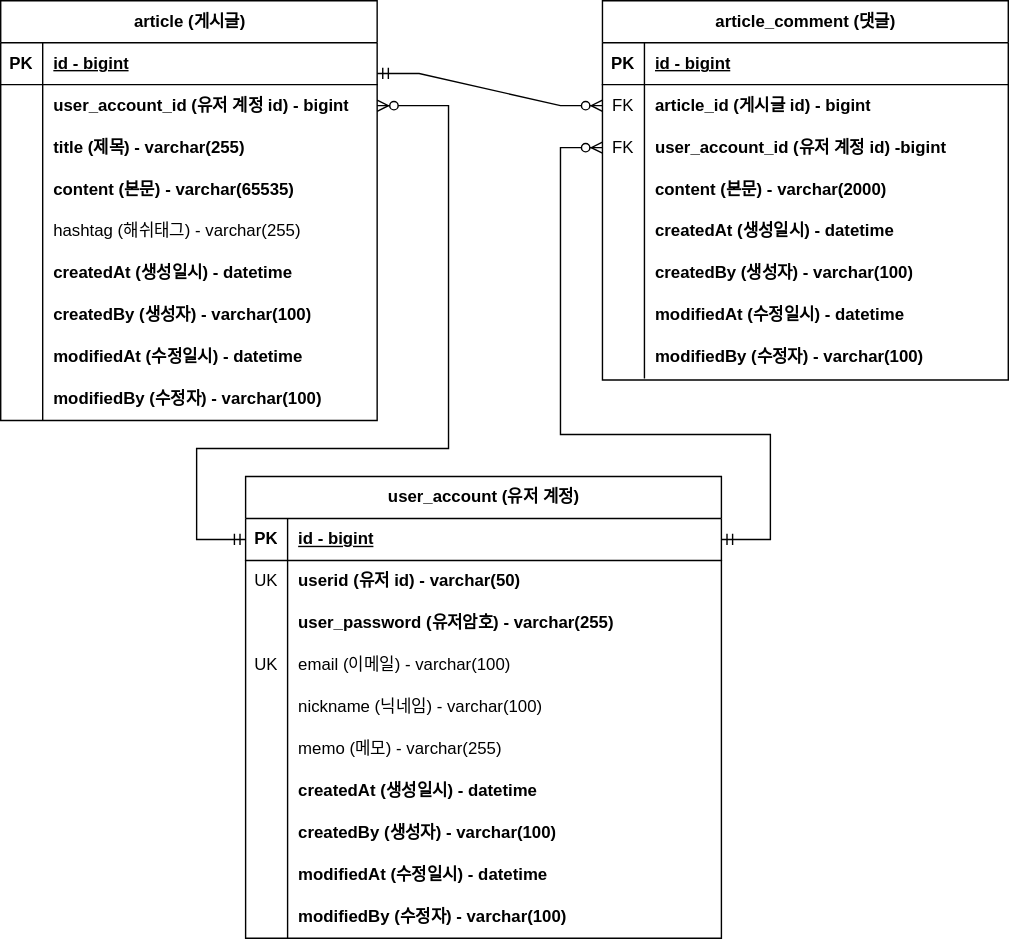
Above: document/project-board-erd.svg in ChangGyu-Ryu/fastcampus-project-board (draw.io), before the change. Source tidied: cells renumbered, new cells last; positions are measured from the earlier drawing's top-left corner, leaving out a move shared by most shapes.
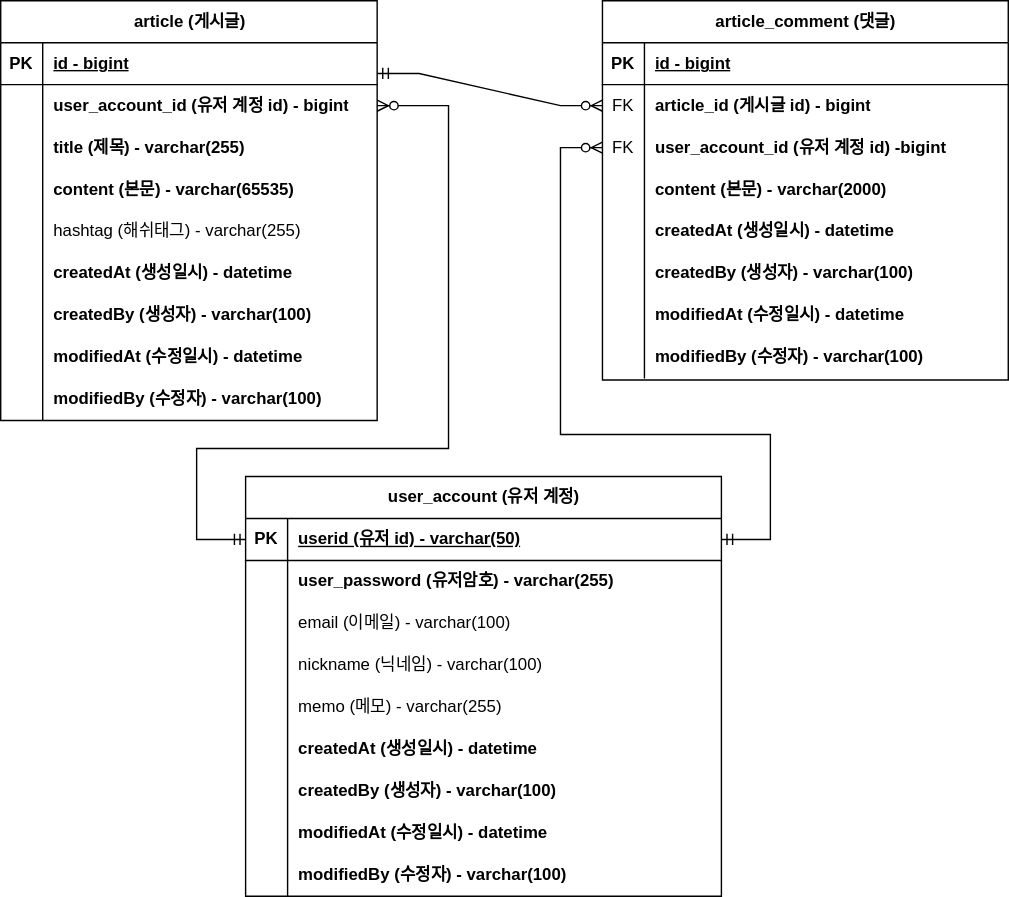
The same diagram one commit later.

Commit message:
#38 - ERD 문서 수정: 회원 계정 user_id 를 PK 로 변경

Diff of the diagram source:
```diff
@@ -170,7 +170,7 @@
       </mxGeometry>
     </mxCell>
     <mxCell id="56" value="user_account (유저 계정)" style="shape=table;startSize=30;rowLines=0;fontStyle=1;align=center;html=1;" parent="1" vertex="1">
-      <mxGeometry x="175" y="340" width="340" height="330" as="geometry" />
+      <mxGeometry x="175" y="340" width="340" height="300" as="geometry" />
     </mxCell>
     <mxCell id="57" style="shape=tableRow;horizontal=0;startSize=0;swimlaneHead=0;swimlaneBody=0;fillColor=none;points=[[0,0.5],[1,0.5]];portConstraint=eastwest;top=0;left=0;right=0;bottom=1;" parent="56" vertex="1">
       <mxGeometry y="30" width="340" height="30" as="geometry" />
@@ -178,20 +178,11 @@
     <mxCell id="58" value="PK" style="shape=partialRectangle;fillColor=none;top=0;left=0;bottom=0;right=0;fontStyle=1;overflow=hidden;whiteSpace=wrap;html=1;" parent="57" vertex="1">
       <mxGeometry width="30" height="30" as="geometry" />
     </mxCell>
-    <mxCell id="59" value="id - bigint" style="shape=partialRectangle;fillColor=none;top=0;left=0;bottom=0;right=0;align=left;spacingLeft=6;fontStyle=5;overflow=hidden;whiteSpace=wrap;html=1;" parent="57" vertex="1">
+    <mxCell id="59" value="userid (유저 id) - varchar(50)" style="shape=partialRectangle;fillColor=none;top=0;left=0;bottom=0;right=0;align=left;spacingLeft=6;fontStyle=5;overflow=hidden;whiteSpace=wrap;html=1;" parent="57" vertex="1">
       <mxGeometry x="30" width="310" height="30" as="geometry" />
     </mxCell>
-    <mxCell id="60" style="shape=tableRow;horizontal=0;startSize=0;swimlaneHead=0;swimlaneBody=0;fillColor=none;top=0;left=0;right=0;bottom=0;" parent="56" vertex="1">
-      <mxGeometry y="60" width="340" height="30" as="geometry" />
-    </mxCell>
-    <mxCell id="61" value="UK" style="shape=partialRectangle;fillColor=none;top=0;left=0;bottom=0;right=0;overflow=hidden;whiteSpace=wrap;html=1;" parent="60" vertex="1">
-      <mxGeometry width="30" height="30" as="geometry" />
-    </mxCell>
-    <mxCell id="62" value="userid (유저 id) - varchar(50)" style="shape=partialRectangle;fillColor=none;top=0;left=0;bottom=0;right=0;align=left;spacingLeft=6;overflow=hidden;whiteSpace=wrap;html=1;fontStyle=1;" parent="60" vertex="1">
-      <mxGeometry x="30" width="310" height="30" as="geometry" />
-    </mxCell>
     <mxCell id="63" style="shape=tableRow;horizontal=0;startSize=0;swimlaneHead=0;swimlaneBody=0;fillColor=none;top=0;left=0;right=0;bottom=0;" parent="56" vertex="1">
-      <mxGeometry y="90" width="340" height="30" as="geometry" />
+      <mxGeometry y="60" width="340" height="30" as="geometry" />
     </mxCell>
     <mxCell id="64" style="shape=partialRectangle;fillColor=none;top=0;left=0;bottom=0;right=0;overflow=hidden;whiteSpace=wrap;html=1;" parent="63" vertex="1">
       <mxGeometry width="30" height="30" as="geometry" />
@@ -200,16 +191,16 @@
       <mxGeometry x="30" width="310" height="30" as="geometry" />
     </mxCell>
     <mxCell id="66" style="shape=tableRow;horizontal=0;startSize=0;swimlaneHead=0;swimlaneBody=0;fillColor=none;top=0;left=0;right=0;bottom=0;" parent="56" vertex="1">
-      <mxGeometry y="120" width="340" height="30" as="geometry" />
+      <mxGeometry y="90" width="340" height="30" as="geometry" />
     </mxCell>
-    <mxCell id="67" value="UK" style="shape=partialRectangle;fillColor=none;top=0;left=0;bottom=0;right=0;overflow=hidden;whiteSpace=wrap;html=1;" parent="66" vertex="1">
+    <mxCell id="67" style="shape=partialRectangle;fillColor=none;top=0;left=0;bottom=0;right=0;overflow=hidden;whiteSpace=wrap;html=1;" parent="66" vertex="1">
       <mxGeometry width="30" height="30" as="geometry" />
     </mxCell>
     <mxCell id="68" value="email (이메일) - varchar(100)" style="shape=partialRectangle;fillColor=none;top=0;left=0;bottom=0;right=0;align=left;spacingLeft=6;overflow=hidden;whiteSpace=wrap;html=1;" parent="66" vertex="1">
       <mxGeometry x="30" width="310" height="30" as="geometry" />
     </mxCell>
     <mxCell id="69" style="shape=tableRow;horizontal=0;startSize=0;swimlaneHead=0;swimlaneBody=0;fillColor=none;top=0;left=0;right=0;bottom=0;" parent="56" vertex="1">
-      <mxGeometry y="150" width="340" height="30" as="geometry" />
+      <mxGeometry y="120" width="340" height="30" as="geometry" />
     </mxCell>
     <mxCell id="70" style="shape=partialRectangle;fillColor=none;top=0;left=0;bottom=0;right=0;overflow=hidden;whiteSpace=wrap;html=1;" parent="69" vertex="1">
       <mxGeometry width="30" height="30" as="geometry" />
@@ -218,7 +209,7 @@
       <mxGeometry x="30" width="310" height="30" as="geometry" />
     </mxCell>
     <mxCell id="72" style="shape=tableRow;horizontal=0;startSize=0;swimlaneHead=0;swimlaneBody=0;fillColor=none;top=0;left=0;right=0;bottom=0;" parent="56" vertex="1">
-      <mxGeometry y="180" width="340" height="30" as="geometry" />
+      <mxGeometry y="150" width="340" height="30" as="geometry" />
     </mxCell>
     <mxCell id="73" style="shape=partialRectangle;fillColor=none;top=0;left=0;bottom=0;right=0;overflow=hidden;whiteSpace=wrap;html=1;" parent="72" vertex="1">
       <mxGeometry width="30" height="30" as="geometry" />
@@ -227,7 +218,7 @@
       <mxGeometry x="30" width="310" height="30" as="geometry" />
     </mxCell>
     <mxCell id="75" style="shape=tableRow;horizontal=0;startSize=0;swimlaneHead=0;swimlaneBody=0;fillColor=none;top=0;left=0;right=0;bottom=0;" parent="56" vertex="1">
-      <mxGeometry y="210" width="340" height="30" as="geometry" />
+      <mxGeometry y="180" width="340" height="30" as="geometry" />
     </mxCell>
     <mxCell id="76" style="shape=partialRectangle;fillColor=none;top=0;left=0;bottom=0;right=0;overflow=hidden;whiteSpace=wrap;html=1;" parent="75" vertex="1">
       <mxGeometry width="30" height="30" as="geometry" />
@@ -236,7 +227,7 @@
       <mxGeometry x="30" width="310" height="30" as="geometry" />
     </mxCell>
     <mxCell id="78" style="shape=tableRow;horizontal=0;startSize=0;swimlaneHead=0;swimlaneBody=0;fillColor=none;top=0;left=0;right=0;bottom=0;" parent="56" vertex="1">
-      <mxGeometry y="240" width="340" height="30" as="geometry" />
+      <mxGeometry y="210" width="340" height="30" as="geometry" />
     </mxCell>
     <mxCell id="79" style="shape=partialRectangle;fillColor=none;top=0;left=0;bottom=0;right=0;overflow=hidden;whiteSpace=wrap;html=1;" parent="78" vertex="1">
       <mxGeometry width="30" height="30" as="geometry" />
@@ -245,7 +236,7 @@
       <mxGeometry x="30" width="310" height="30" as="geometry" />
     </mxCell>
     <mxCell id="81" style="shape=tableRow;horizontal=0;startSize=0;swimlaneHead=0;swimlaneBody=0;fillColor=none;top=0;left=0;right=0;bottom=0;" parent="56" vertex="1">
-      <mxGeometry y="270" width="340" height="30" as="geometry" />
+      <mxGeometry y="240" width="340" height="30" as="geometry" />
     </mxCell>
     <mxCell id="82" style="shape=partialRectangle;fillColor=none;top=0;left=0;bottom=0;right=0;overflow=hidden;whiteSpace=wrap;html=1;" parent="81" vertex="1">
       <mxGeometry width="30" height="30" as="geometry" />
@@ -254,7 +245,7 @@
       <mxGeometry x="30" width="310" height="30" as="geometry" />
     </mxCell>
     <mxCell id="84" style="shape=tableRow;horizontal=0;startSize=0;swimlaneHead=0;swimlaneBody=0;fillColor=none;top=0;left=0;right=0;bottom=0;" parent="56" vertex="1">
-      <mxGeometry y="300" width="340" height="30" as="geometry" />
+      <mxGeometry y="270" width="340" height="30" as="geometry" />
     </mxCell>
     <mxCell id="85" style="shape=partialRectangle;fillColor=none;top=0;left=0;bottom=0;right=0;overflow=hidden;whiteSpace=wrap;html=1;" parent="84" vertex="1">
       <mxGeometry width="30" height="30" as="geometry" />
```
